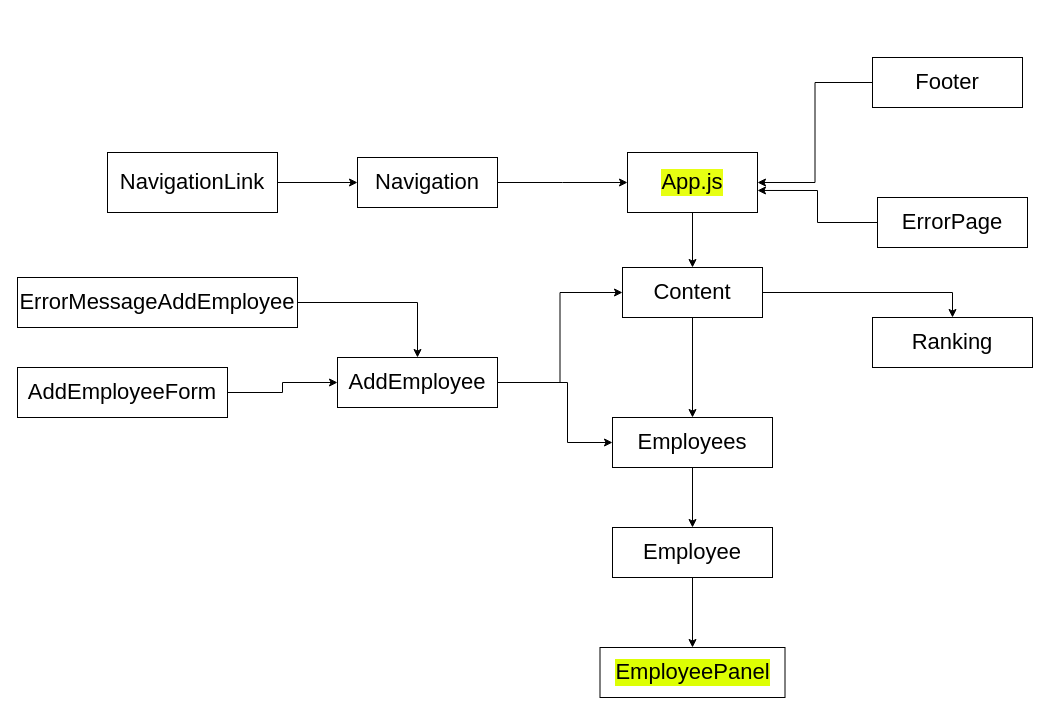
Vuzeta/Manager keeps this draw.io diagram as EmployeeProject.drawio. Above is the earlier version. Source tidied: cells renumbered, new cells numbered last; positions are measured from the earlier drawing's top-left corner, leaving out a move shared by most shapes. Both pictures are drawn from the tidied source at 100%, with x=0, y=0 at pixel (17, 57).
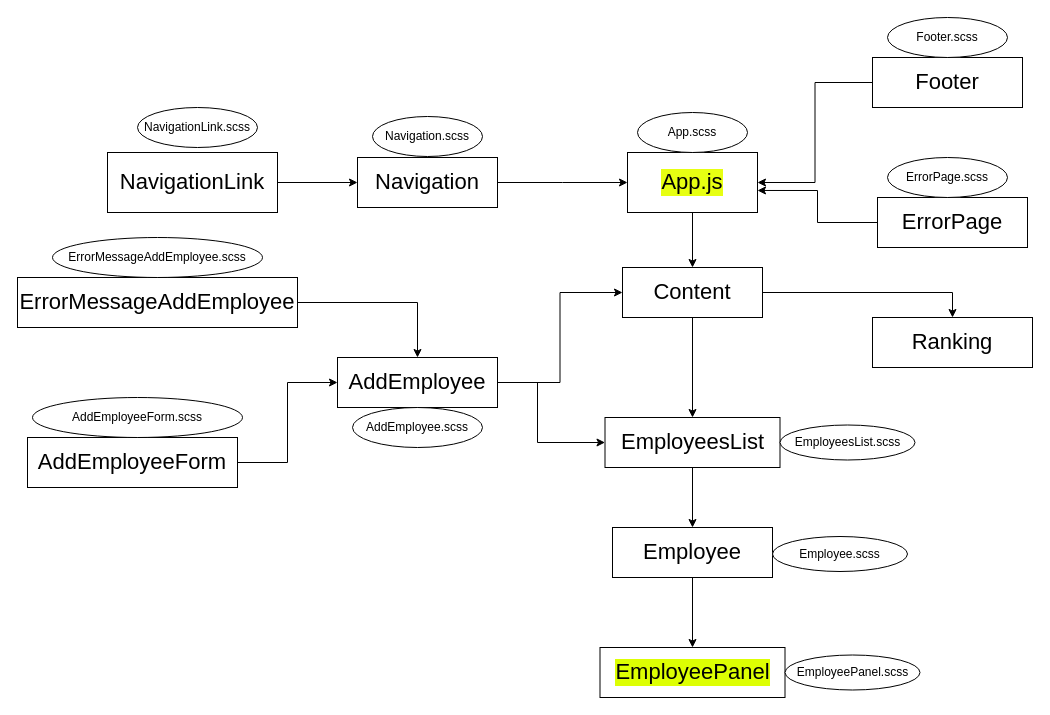
After the change.

The change refers to these unchanged cells:
```xml
<mxCell id="15" value="AddEmployee" style="rounded=0;whiteSpace=wrap;html=1;fontSize=22;" parent="1" vertex="1">
  <mxGeometry x="320" y="300" width="160" height="50" as="geometry" />
</mxCell>
```

Change to the diagram source:
```diff
@@
     <mxCell id="14" style="edgeStyle=orthogonalEdgeStyle;rounded=0;jettySize=auto;entryX=0;entryY=0.5;entryDx=0;entryDy=0;fontSize=22;html=1;horizontal=1;" parent="1" edge="1" source="15" target="17">
       <mxGeometry relative="1" as="geometry">
         <Array as="points">
-          <mxPoint x="550" y="325" />
-          <mxPoint x="550" y="385" />
+          <mxPoint x="520" y="325" />
+          <mxPoint x="520" y="385" />
         </Array>
       </mxGeometry>
     </mxCell>
@@
-    <mxCell id="17" value="Employees" style="rounded=0;whiteSpace=wrap;html=1;fontSize=22;" parent="1" vertex="1">
-      <mxGeometry x="595" y="360" width="160" height="50" as="geometry" />
+    <mxCell id="17" value="EmployeesList" style="rounded=0;whiteSpace=wrap;html=1;fontSize=22;" parent="1" vertex="1">
+      <mxGeometry x="587.5" y="360" width="175" height="50" as="geometry" />
     </mxCell>
@@
     <mxCell id="24" value="&lt;div&gt;&lt;span&gt;AddEmployeeForm&lt;/span&gt;&lt;/div&gt;" style="rounded=0;whiteSpace=wrap;html=1;fontSize=22;" parent="1" vertex="1">
-      <mxGeometry y="310" width="210" height="50" as="geometry" />
+      <mxGeometry x="10" y="380" width="210" height="50" as="geometry" />
     </mxCell>
@@
+    <mxCell id="30" value="Navigation.scss&lt;br&gt;" style="ellipse;whiteSpace=wrap;html=1;" parent="1" vertex="1">
+      <mxGeometry x="355" y="59" width="110" height="40" as="geometry" />
+    </mxCell>
+    <mxCell id="31" value="NavigationLink.scss&lt;br&gt;" style="ellipse;whiteSpace=wrap;html=1;" parent="1" vertex="1">
+      <mxGeometry x="120" y="50" width="120" height="40" as="geometry" />
+    </mxCell>
+    <mxCell id="32" value="Footer.scss&lt;br&gt;" style="ellipse;whiteSpace=wrap;html=1;" parent="1" vertex="1">
+      <mxGeometry x="870" y="-40" width="120" height="40" as="geometry" />
+    </mxCell>
+    <mxCell id="33" value="ErrorPage.scss&lt;br&gt;" style="ellipse;whiteSpace=wrap;html=1;" parent="1" vertex="1">
+      <mxGeometry x="870" y="100" width="120" height="40" as="geometry" />
+    </mxCell>
+    <mxCell id="34" value="App.scss&lt;br&gt;" style="ellipse;whiteSpace=wrap;html=1;" parent="1" vertex="1">
+      <mxGeometry x="620" y="55" width="110" height="40" as="geometry" />
+    </mxCell>
+    <mxCell id="35" value="&lt;span&gt;ErrorMessageAddEmployee&lt;/span&gt;.scss&lt;br&gt;" style="ellipse;whiteSpace=wrap;html=1;" parent="1" vertex="1">
+      <mxGeometry x="35" y="180" width="210" height="40" as="geometry" />
+    </mxCell>
+    <mxCell id="36" value="AddEmployeeForm.scss&lt;br&gt;" style="ellipse;whiteSpace=wrap;html=1;" parent="1" vertex="1">
+      <mxGeometry x="15" y="340" width="210" height="40" as="geometry" />
+    </mxCell>
+    <mxCell id="37" value="AddEmployee.scss&lt;br&gt;" style="ellipse;whiteSpace=wrap;html=1;" parent="1" vertex="1">
+      <mxGeometry x="335" y="350" width="130" height="40" as="geometry" />
+    </mxCell>
+    <mxCell id="38" value="&lt;span&gt;EmployeesList&lt;/span&gt;.scss&lt;br&gt;" style="ellipse;whiteSpace=wrap;html=1;" parent="1" vertex="1">
+      <mxGeometry x="762.5" y="367.5" width="135" height="35" as="geometry" />
+    </mxCell>
+    <mxCell id="39" value="&lt;span&gt;Employee&lt;/span&gt;.scss&lt;br&gt;" style="ellipse;whiteSpace=wrap;html=1;" parent="1" vertex="1">
+      <mxGeometry x="755" y="479" width="135" height="35" as="geometry" />
+    </mxCell>
+    <mxCell id="40" value="&lt;span&gt;EmployeePanel&lt;/span&gt;.scss&lt;br&gt;" style="ellipse;whiteSpace=wrap;html=1;" parent="1" vertex="1">
+      <mxGeometry x="767.5" y="597.5" width="135" height="35" as="geometry" />
+    </mxCell>
```
